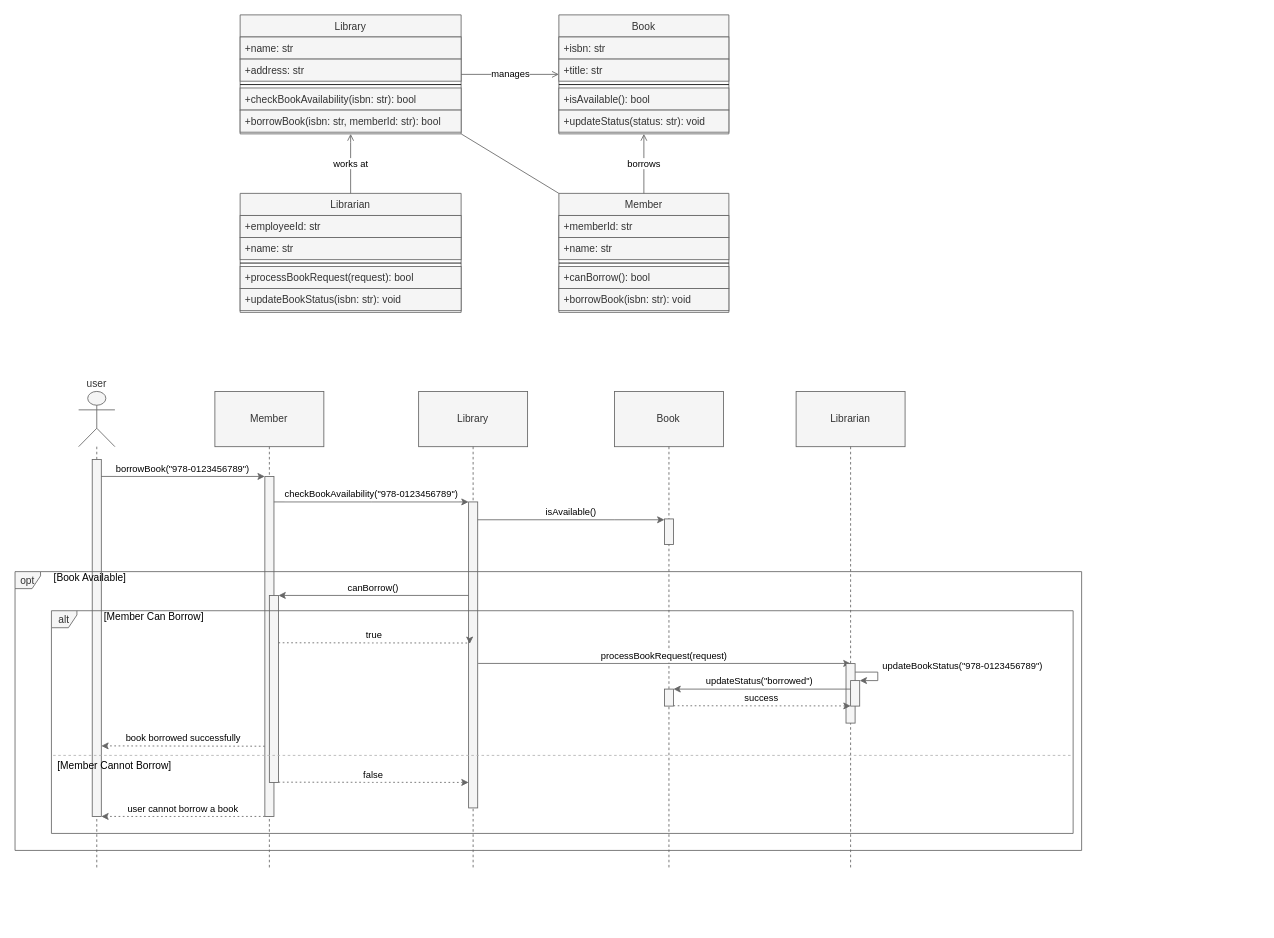
kkubinova/drawio_plugin keeps this draw.io diagram as diagrams/examples/fragments_examples/opt_03.3.drawio. Above is the earlier version. Source tidied: cells renumbered, new cells numbered last; positions are measured from the earlier drawing's top-left corner, leaving out a move shared by most shapes. Both pictures are drawn from the tidied source at 85%, with x=0, y=0 at pixel (14, 14).
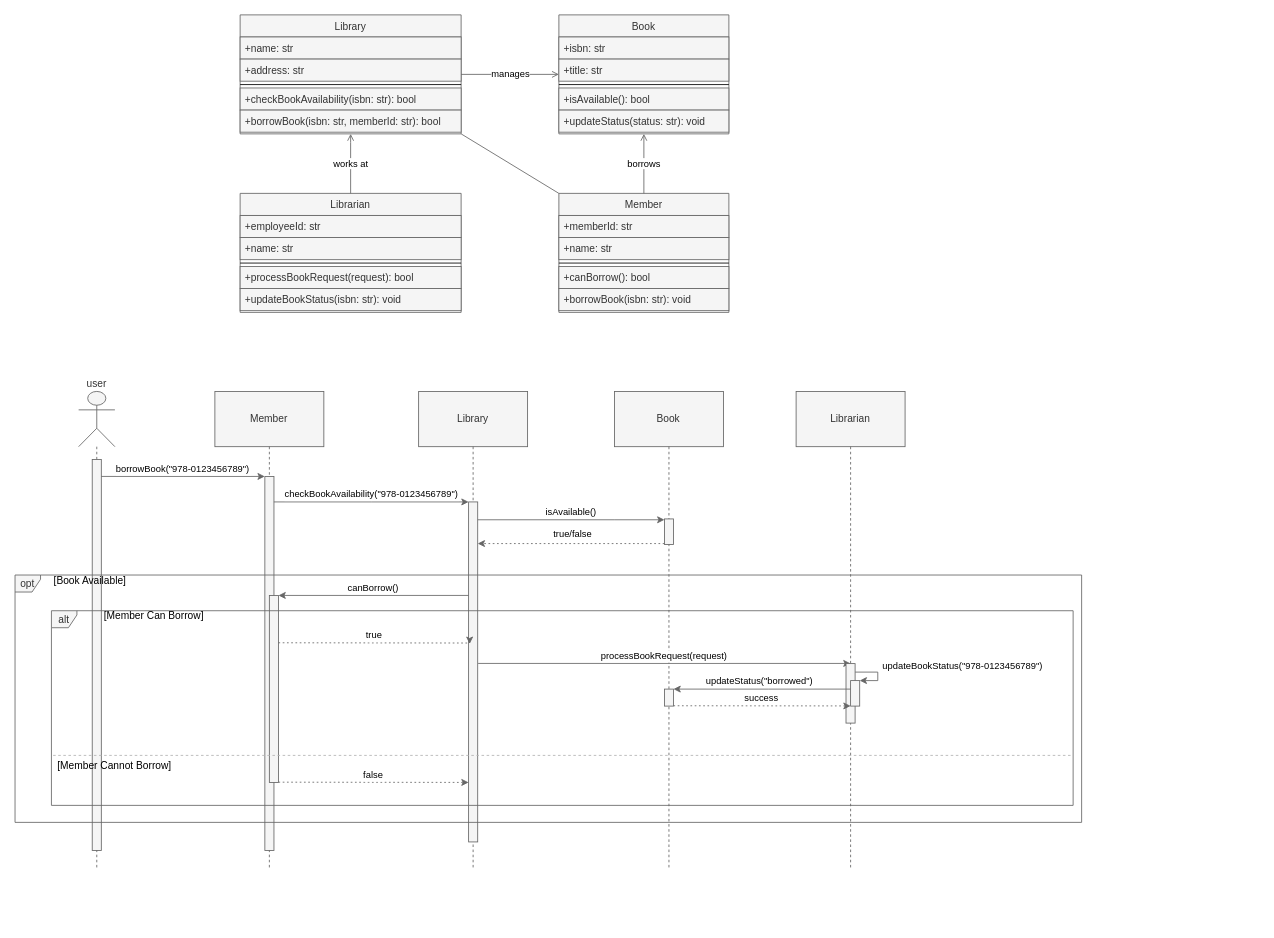
The same page after the edit.

The change refers to these unchanged cells:
```xml
<mxCell id="31" style="group;fillColor=none;" parent="30" vertex="1">
  <mxGeometry x="75" y="410" width="1389" height="658" as="geometry" />
</mxCell>
<mxCell id="32" value="user" style="shape=umlLifeline;perimeter=lifelinePerimeter;whiteSpace=wrap;participant=umlActor;verticalAlign=bottom;labelPosition=center;verticalLabelPosition=top;align=center;size=65;fillColor=#f5f5f5;fontColor=#333333;strokeColor=#666666;" parent="31" vertex="1">
  <mxGeometry y="33" width="42.7" height="560" as="geometry" />
</mxCell>
<mxCell id="34" value="Member" style="shape=umlLifeline;perimeter=lifelinePerimeter;whiteSpace=wrap;size=65;fillColor=#f5f5f5;fontColor=#333333;strokeColor=#666666;" parent="31" vertex="1">
  <mxGeometry x="160.3" y="33" width="128.2" height="560" as="geometry" />
</mxCell>
<mxCell id="36" value="Library" style="shape=umlLifeline;perimeter=lifelinePerimeter;whiteSpace=wrap;size=65;fillColor=#f5f5f5;fontColor=#333333;strokeColor=#666666;" parent="31" vertex="1">
  <mxGeometry x="400" y="33" width="128.2" height="560" as="geometry" />
</mxCell>
```

Diff of the diagram source:
```diff
@@
     <mxCell id="33" style="perimeter=orthogonalPerimeter;targetShapes=umlLifeline;fillColor=#f5f5f5;fontColor=#333333;strokeColor=#666666;" parent="32" vertex="1">
-      <mxGeometry x="16" y="80" width="10.7" height="420" as="geometry" />
+      <mxGeometry x="16" y="80" width="10.7" height="460" as="geometry" />
     </mxCell>
@@
     <mxCell id="35" style="perimeter=orthogonalPerimeter;targetShapes=umlLifeline;fillColor=#f5f5f5;fontColor=#333333;strokeColor=#666666;" parent="34" vertex="1">
-      <mxGeometry x="58.8" y="100" width="10.7" height="400" as="geometry" />
+      <mxGeometry x="58.8" y="100" width="10.7" height="440" as="geometry" />
     </mxCell>
@@
     <mxCell id="37" style="points=[];perimeter=orthogonalPerimeter;outlineConnect=0;targetShapes=umlLifeline;portConstraint=eastwest;fillColor=#f5f5f5;fontColor=#333333;strokeColor=#666666;" parent="36" vertex="1">
-      <mxGeometry x="58.8" y="130" width="10.7" height="360" as="geometry" />
+      <mxGeometry x="58.8" y="130" width="10.7" height="400" as="geometry" />
     </mxCell>
@@
+    <mxCell id="63" style="verticalAlign=bottom;edgeStyle=elbowEdgeStyle;elbow=vertical;curved=0;rounded=0;dashed=1;dashPattern=2 3;endArrow=classic;fillColor=#f5f5f5;strokeColor=#666666;endFill=1;" parent="31" edge="1">
+      <mxGeometry relative="1" as="geometry">
+        <mxPoint x="689.2" y="212" as="sourcePoint" />
+        <mxPoint x="469.5" y="212" as="targetPoint" />
+      </mxGeometry>
+    </mxCell>
+    <mxCell id="64" value="true/false" style="edgeLabel;html=1;align=center;verticalAlign=middle;" parent="63" vertex="1">
+      <mxGeometry x="-0.09" relative="1" as="geometry">
+        <mxPoint x="-9" y="-12" as="offset" />
+      </mxGeometry>
+    </mxCell>
@@
-    <mxCell id="47" value="book borrowed successfully" style="verticalAlign=bottom;edgeStyle=elbowEdgeStyle;elbow=vertical;curved=0;rounded=0;dashed=1;dashPattern=2 3;endArrow=classic;fillColor=#f5f5f5;strokeColor=#666666;endFill=1;" parent="31" edge="1">
-      <mxGeometry relative="1" as="geometry">
-        <mxPoint x="219" y="450.4" as="sourcePoint" />
-        <mxPoint x="26.7" y="450.1" as="targetPoint" />
-      </mxGeometry>
-    </mxCell>
     <mxCell id="48" value="opt" style="shape=umlFrame;strokeColor=#666666;height=20;width=30;fillColor=#f5f5f5;fontColor=#333333;" parent="31" vertex="1">
-      <mxGeometry x="-74.8" y="245" width="1254.8" height="328" as="geometry" />
+      <mxGeometry x="-74.8" y="249" width="1254.8" height="291" as="geometry" />
     </mxCell>
     <mxCell id="49" value="[Book Available]" style="text;strokeColor=none;fillColor=none;align=left;verticalAlign=middle;whiteSpace=wrap;" parent="48" vertex="1">
-      <mxGeometry x="43.6" width="1211.1" height="16.4" as="geometry" />
+      <mxGeometry x="43.6" width="1211.1" height="14.5" as="geometry" />
     </mxCell>
@@
     <mxCell id="56" value="alt" style="shape=umlFrame;strokeColor=#666666;height=20;width=30;fillColor=#f5f5f5;fontColor=#333333;" parent="31" vertex="1">
-      <mxGeometry x="-32" y="291" width="1202" height="262" as="geometry" />
+      <mxGeometry x="-32" y="291" width="1202" height="229" as="geometry" />
     </mxCell>
     <mxCell id="57" value="[Member Can Borrow]" style="text;strokeColor=none;fillColor=none;align=left;verticalAlign=middle;whiteSpace=wrap;" parent="56" vertex="1">
-      <mxGeometry x="60" width="1142" height="13.1" as="geometry" />
+      <mxGeometry x="60" width="1142" height="11.4" as="geometry" />
     </mxCell>
@@
-    <mxCell id="59" value="user cannot borrow a book" style="verticalAlign=bottom;edgeStyle=elbowEdgeStyle;elbow=vertical;curved=0;rounded=0;dashed=1;dashPattern=2 3;endArrow=classic;fillColor=#f5f5f5;strokeColor=#666666;endFill=1;" parent="31" edge="1">
-      <mxGeometry relative="1" as="geometry">
-        <mxPoint x="219" y="533" as="sourcePoint" />
-        <mxPoint x="26.7" y="533" as="targetPoint" />
-        <Array as="points">
-          <mxPoint x="145.3" y="533" />
-        </Array>
-      </mxGeometry>
-    </mxCell>
```
